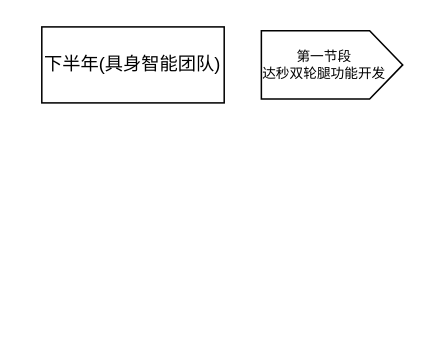
Above: WorkSpace/ObjectTrack/2025年述职.drawio in mailonghua/drawio (draw.io), before the change. Source tidied: cells renumbered, new cells numbered last; positions are measured from the earlier drawing's top-left corner, leaving out a move shared by most shapes. Both pictures are drawn from the tidied source at 152%, with x=0, y=0 at pixel (41, -6).
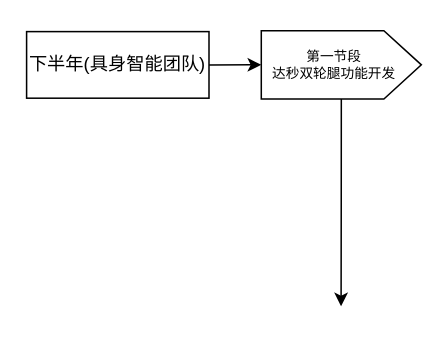
Above is the later version.

Commit message (it also covers changes not shown here):
更新2025年述职.drawio

Change to the diagram source:
```diff
@@
 <mxGraphModel>
   <root>
     <mxCell id="0" />
     <mxCell id="1" parent="0" />
+    <mxCell id="5" style="edgeStyle=orthogonalEdgeStyle;rounded=0;jettySize=auto;html=1;exitX=1;exitY=0.5;exitDx=0;exitDy=0;entryX=0.5;entryY=0;entryDx=0;entryDy=0;" parent="1" edge="1" source="2" target="3">
+      <mxGeometry relative="1" as="geometry" />
+    </mxCell>
     <mxCell id="2" value="下半年(具身智能团队)" style="rounded=0;whiteSpace=wrap;html=1;" parent="1" vertex="1">
-      <mxGeometry y="21.2" width="120" height="50" as="geometry" />
+      <mxGeometry x="-10" y="24.3" width="120" height="43.8" as="geometry" />
     </mxCell>
+    <mxCell id="6" style="edgeStyle=orthogonalEdgeStyle;rounded=0;jettySize=auto;html=1;exitX=0;exitY=0.5;exitDx=0;exitDy=0;" parent="1" edge="1" source="3">
+      <mxGeometry relative="1" as="geometry">
+        <mxPoint x="196.9" y="205" as="targetPoint" />
+      </mxGeometry>
+    </mxCell>
     <mxCell id="3" style="verticalLabelPosition=bottom;verticalAlign=top;html=1;shape=offPageConnector;rounded=0;size=0.23413869420877945;rotation=-90;" parent="1" vertex="1">
-      <mxGeometry x="168.5" y="-0.3" width="44.9" height="93" as="geometry" />
+      <mxGeometry x="174.6" y="-6.5" width="44.9" height="105.3" as="geometry" />
     </mxCell>
     <mxCell id="4" value="第一节段&lt;br&gt;达秒双轮腿功能开发" style="text;html=1;whiteSpace=wrap;strokeColor=none;fillColor=none;align=center;verticalAlign=middle;rounded=0;fontSize=9;" parent="1" vertex="1">
-      <mxGeometry x="140" y="31.2" width="92.2" height="30" as="geometry" />
+      <mxGeometry x="150" y="31.2" width="85.2" height="30" as="geometry" />
     </mxCell>
   </root>
 </mxGraphModel>
```
